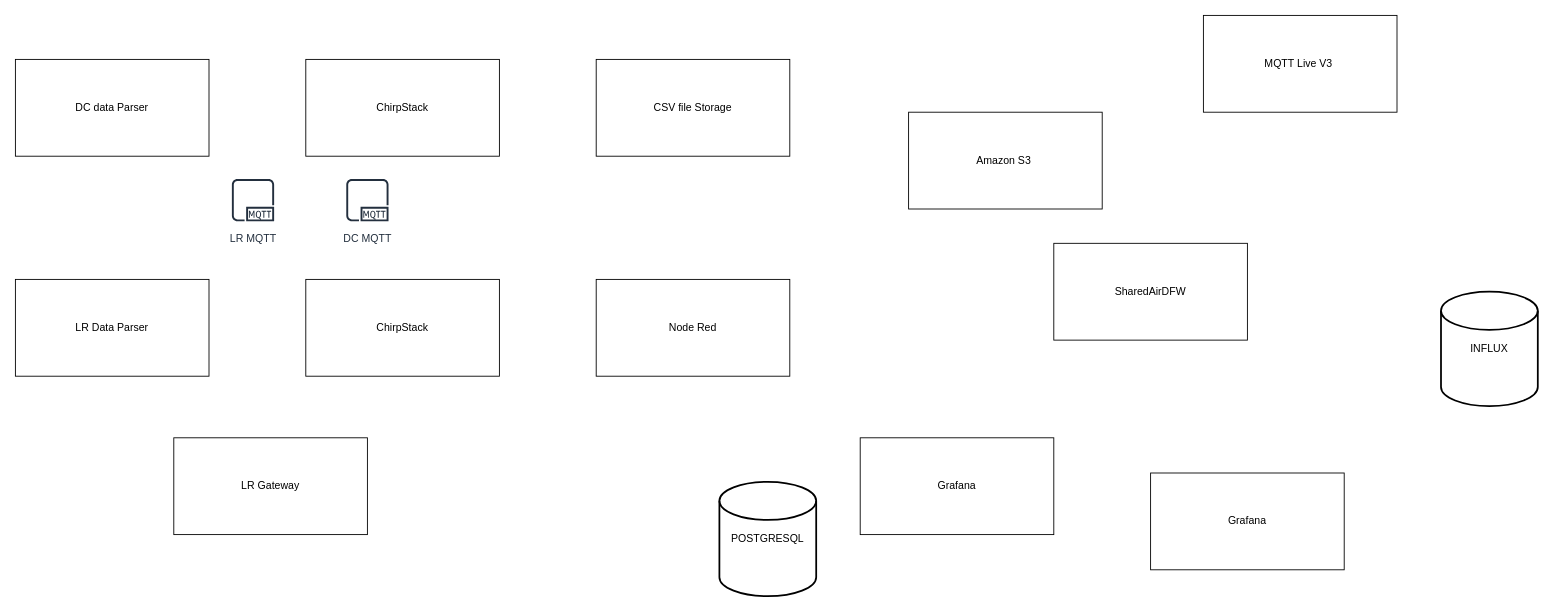
The draw.io diagram mintsSystemDesign.drawio in mi3nts/mintsSystemDesign, before the edit. Source tidied: cells renumbered, new cells numbered last; positions are measured from the earlier drawing's top-left corner, leaving out a move shared by most shapes. Both pictures are drawn from the tidied source at 88%, with x=0, y=0 at pixel (15, 15).
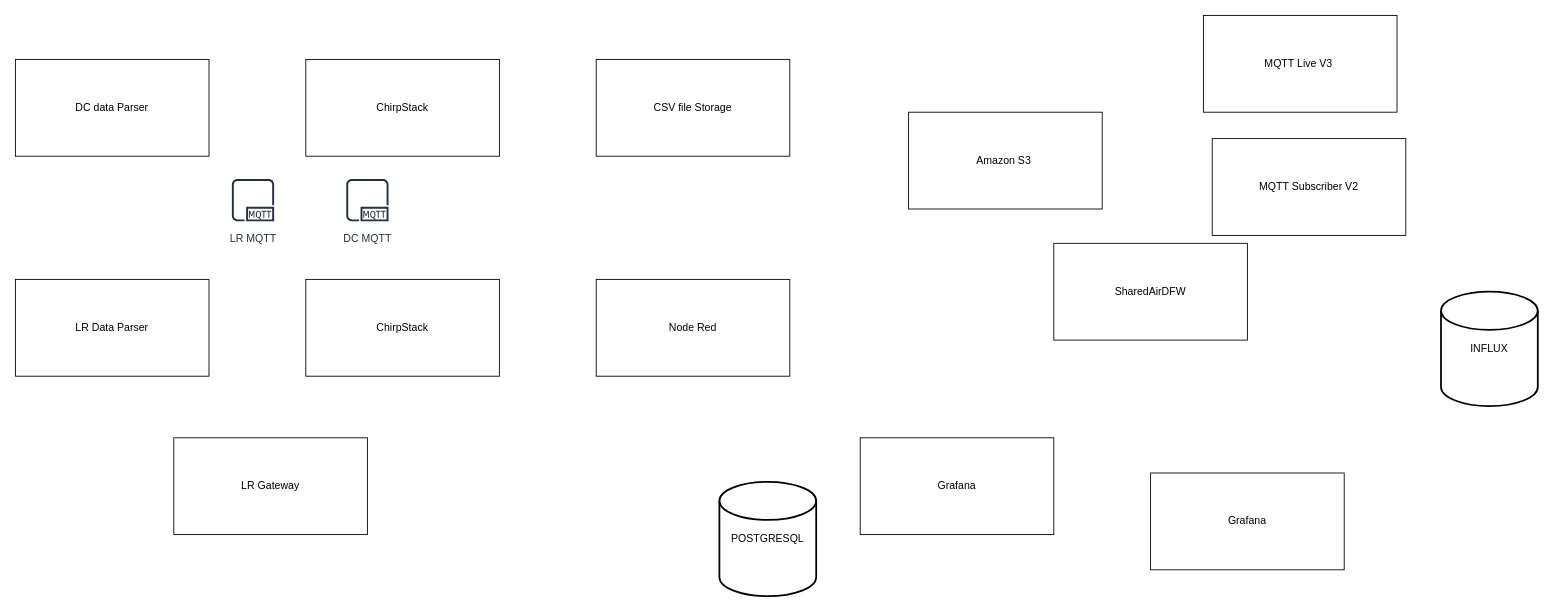
Above is the later version.

Change to the diagram source:
```diff
@@
 <mxGraphModel>
   <root>
     <mxCell id="0" />
     <mxCell id="1" parent="0" />
     <mxCell id="2" value="DC data Parser" style="rounded=0;whiteSpace=wrap;html=1;" parent="1" vertex="1">
       <mxGeometry y="50" width="220" height="110" as="geometry" />
     </mxCell>
     <mxCell id="3" value="LR Data Parser" style="rounded=0;whiteSpace=wrap;html=1;" parent="1" vertex="1">
       <mxGeometry y="300" width="220" height="110" as="geometry" />
     </mxCell>
     <mxCell id="4" value="ChirpStack" style="rounded=0;whiteSpace=wrap;html=1;" parent="1" vertex="1">
       <mxGeometry x="330" y="300" width="220" height="110" as="geometry" />
     </mxCell>
     <mxCell id="5" value="ChirpStack" style="rounded=0;whiteSpace=wrap;html=1;" parent="1" vertex="1">
       <mxGeometry x="330" y="50" width="220" height="110" as="geometry" />
     </mxCell>
     <mxCell id="6" value="CSV file Storage" style="rounded=0;whiteSpace=wrap;html=1;" parent="1" vertex="1">
       <mxGeometry x="660" y="50" width="220" height="110" as="geometry" />
     </mxCell>
     <mxCell id="7" value="Node Red" style="rounded=0;whiteSpace=wrap;html=1;" parent="1" vertex="1">
       <mxGeometry x="660" y="300" width="220" height="110" as="geometry" />
     </mxCell>
     <mxCell id="8" value="LR Gateway" style="rounded=0;whiteSpace=wrap;html=1;" parent="1" vertex="1">
       <mxGeometry x="180" y="480" width="220" height="110" as="geometry" />
     </mxCell>
     <mxCell id="9" value="MQTT Live V3&amp;nbsp;" style="rounded=0;whiteSpace=wrap;html=1;" parent="1" vertex="1">
       <mxGeometry x="1350" width="220" height="110" as="geometry" />
     </mxCell>
     <mxCell id="10" value="SharedAirDFW" style="rounded=0;whiteSpace=wrap;html=1;" parent="1" vertex="1">
       <mxGeometry x="1180" y="259" width="220" height="110" as="geometry" />
     </mxCell>
     <mxCell id="11" value="Grafana" style="rounded=0;whiteSpace=wrap;html=1;" parent="1" vertex="1">
       <mxGeometry x="960" y="480" width="220" height="110" as="geometry" />
     </mxCell>
     <mxCell id="12" value="Grafana" style="rounded=0;whiteSpace=wrap;html=1;" parent="1" vertex="1">
       <mxGeometry x="1290" y="520" width="220" height="110" as="geometry" />
     </mxCell>
     <mxCell id="13" value="Amazon S3&amp;nbsp;" style="rounded=0;whiteSpace=wrap;html=1;" parent="1" vertex="1">
       <mxGeometry x="1015" y="110" width="220" height="110" as="geometry" />
     </mxCell>
     <mxCell id="14" value="POSTGRESQL" style="strokeWidth=2;html=1;shape=mxgraph.flowchart.database;whiteSpace=wrap;" parent="1" vertex="1">
       <mxGeometry x="800" y="530" width="110" height="130" as="geometry" />
     </mxCell>
     <mxCell id="15" value="INFLUX" style="strokeWidth=2;html=1;shape=mxgraph.flowchart.database;whiteSpace=wrap;" parent="1" vertex="1">
       <mxGeometry x="1620" y="314" width="110" height="130" as="geometry" />
     </mxCell>
     <mxCell id="16" value="LR MQTT" style="sketch=0;fontColor=#232F3E;gradientColor=none;strokeColor=#232F3E;fillColor=#ffffff;dashed=0;verticalLabelPosition=bottom;verticalAlign=top;align=center;html=1;fontSize=12;fontStyle=0;shape=mxgraph.aws4.resourceIcon;resIcon=mxgraph.aws4.mqtt_protocol;" parent="1" vertex="1">
       <mxGeometry x="240" y="180" width="60" height="60" as="geometry" />
     </mxCell>
     <mxCell id="17" value="DC MQTT" style="sketch=0;fontColor=#232F3E;gradientColor=none;strokeColor=#232F3E;fillColor=#ffffff;dashed=0;verticalLabelPosition=bottom;verticalAlign=top;align=center;html=1;fontSize=12;fontStyle=0;shape=mxgraph.aws4.resourceIcon;resIcon=mxgraph.aws4.mqtt_protocol;" parent="1" vertex="1">
       <mxGeometry x="370" y="180" width="60" height="60" as="geometry" />
     </mxCell>
+    <mxCell id="18" value="MQTT Subscriber V2" style="rounded=0;whiteSpace=wrap;html=1;" parent="1" vertex="1">
+      <mxGeometry x="1360" y="140" width="220" height="110" as="geometry" />
+    </mxCell>
   </root>
 </mxGraphModel>
```
